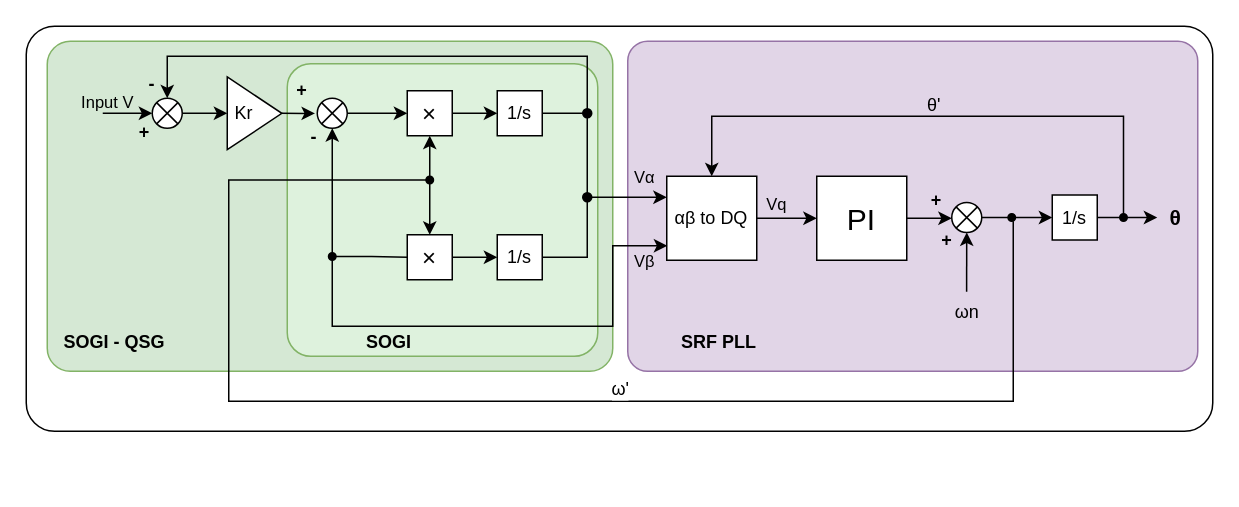
Before: 1.0.0/controlLibrary/docs/images/sogi_pll.drawio in owntech-foundation/Documentation, a draw.io diagram. Source tidied: cells renumbered, new cells numbered last; positions are measured from the earlier drawing's top-left corner, leaving out a move shared by most shapes. Both pictures are drawn from the tidied source at 150%, with x=0, y=0 at pixel (26, 26).
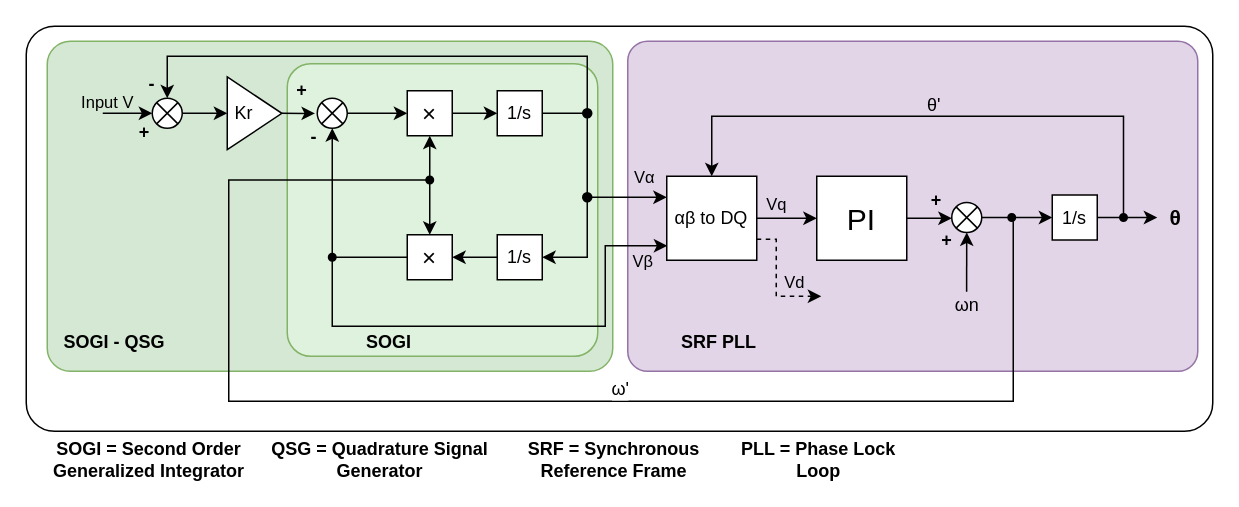
The same diagram, later.

The change refers to these unchanged cells:
```xml
<mxCell id="9" style="shape=sumEllipse;perimeter=ellipsePerimeter;whiteSpace=wrap;html=1;backgroundOutline=1;" parent="1" vertex="1">
  <mxGeometry x="84" y="48" width="20" height="20" as="geometry" />
</mxCell>
<mxCell id="14" value="αβ to DQ" style="whiteSpace=wrap;html=1;" parent="1" vertex="1">
  <mxGeometry x="427" y="100" width="60" height="56" as="geometry" />
</mxCell>
<mxCell id="22" value="&lt;font style=&quot;font-size: 16px;&quot;&gt;×&lt;/font&gt;" style="whiteSpace=wrap;html=1;" parent="1" vertex="1">
  <mxGeometry x="254" y="139" width="30" height="30" as="geometry" />
</mxCell>
<mxCell id="25" style="edgeStyle=orthogonalEdgeStyle;rounded=0;jettySize=auto;html=1;exitX=0.5;exitY=1;exitDx=0;exitDy=0;entryX=0.5;entryY=1;entryDx=0;entryDy=0;" parent="1" edge="1" target="27">
  <mxGeometry relative="1" as="geometry">
    <mxPoint x="626.9" y="177" as="sourcePoint" />
  </mxGeometry>
</mxCell>
<mxCell id="35" value="1/s" style="whiteSpace=wrap;html=1;" parent="1" vertex="1">
  <mxGeometry x="314" y="139" width="30" height="30" as="geometry" />
</mxCell>
```

Diff of the diagram source:
```diff
@@
-    <mxCell id="21" style="edgeStyle=orthogonalEdgeStyle;rounded=0;jettySize=auto;html=1;" parent="1" edge="1" source="22" target="35">
+    <mxCell id="21" style="edgeStyle=orthogonalEdgeStyle;rounded=0;jettySize=auto;html=1;startArrow=classic;startFill=1;shape=wire;dashed=1;endArrow=none;endFill=0;" parent="1" edge="1" source="22" target="35">
       <mxGeometry relative="1" as="geometry" />
     </mxCell>
@@
     <mxCell id="26" value="ωn" style="edgeLabel;html=1;align=center;verticalAlign=middle;labelBackgroundColor=none;fontSize=12;" parent="25" vertex="1">
       <mxGeometry x="-0.9" relative="1" as="geometry">
-        <mxPoint y="15" as="offset" />
+        <mxPoint y="10" as="offset" />
       </mxGeometry>
     </mxCell>
@@
-    <mxCell id="34" style="edgeStyle=orthogonalEdgeStyle;rounded=0;jettySize=auto;html=1;exitX=1;exitY=0.5;exitDx=0;exitDy=0;entryX=0.5;entryY=0;entryDx=0;entryDy=0;" parent="1" edge="1" source="35" target="9">
+    <mxCell id="34" style="edgeStyle=orthogonalEdgeStyle;rounded=0;jettySize=auto;html=1;exitX=1;exitY=0.5;exitDx=0;exitDy=0;entryX=0.5;entryY=0;entryDx=0;entryDy=0;startArrow=classic;startFill=1;" parent="1" edge="1" source="35" target="9">
       <mxGeometry relative="1" as="geometry">
         <Array as="points">
           <mxPoint x="374" y="154" />
           <mxPoint x="374" y="20" />
           <mxPoint x="94" y="20" />
         </Array>
       </mxGeometry>
     </mxCell>
@@
-    <mxCell id="43" style="edgeStyle=orthogonalEdgeStyle;rounded=0;jettySize=auto;html=1;exitX=1;exitY=0.5;exitDx=0;exitDy=0;entryX=0;entryY=0.5;entryDx=0;entryDy=0;endArrow=none;endFill=0;" parent="1" edge="1" source="44" target="22">
-      <mxGeometry relative="1" as="geometry" />
-    </mxCell>
     <mxCell id="44" style="ellipse;whiteSpace=wrap;html=1;fillColor=#000000;" parent="1" vertex="1">
-      <mxGeometry x="201.5" y="151" width="5" height="5" as="geometry" />
+      <mxGeometry x="201.5" y="151.5" width="5" height="5" as="geometry" />
     </mxCell>
     <mxCell id="45" style="edgeStyle=orthogonalEdgeStyle;rounded=0;jettySize=auto;html=1;exitX=0.5;exitY=1;exitDx=0;exitDy=0;entryX=0.006;entryY=0.827;entryDx=0;entryDy=0;entryPerimeter=0;" parent="1" edge="1" source="44" target="14">
       <mxGeometry relative="1" as="geometry">
         <Array as="points">
           <mxPoint x="204" y="200" />
-          <mxPoint x="391" y="200" />
-          <mxPoint x="391" y="146" />
+          <mxPoint x="386" y="200" />
+          <mxPoint x="386" y="146" />
         </Array>
       </mxGeometry>
     </mxCell>
@@
+    <mxCell id="61" value="SOGI = Second Order Generalized Integrator" style="text;html=1;align=center;verticalAlign=middle;whiteSpace=wrap;rounded=0;fontStyle=1;" parent="1" vertex="1">
+      <mxGeometry x="4" y="280" width="156" height="17.8" as="geometry" />
+    </mxCell>
+    <mxCell id="62" value="QSG = Quadrature Signal Generator" style="text;html=1;align=center;verticalAlign=middle;whiteSpace=wrap;rounded=0;fontStyle=1;" parent="1" vertex="1">
+      <mxGeometry x="158" y="280" width="156" height="17.8" as="geometry" />
+    </mxCell>
+    <mxCell id="63" value="SRF = Synchronous Reference Frame" style="text;html=1;align=center;verticalAlign=middle;whiteSpace=wrap;rounded=0;fontStyle=1;" parent="1" vertex="1">
+      <mxGeometry x="313.5" y="280" width="156" height="17.8" as="geometry" />
+    </mxCell>
+    <mxCell id="64" value="PLL = Phase Lock Loop" style="text;html=1;align=center;verticalAlign=middle;whiteSpace=wrap;rounded=0;fontStyle=1;" parent="1" vertex="1">
+      <mxGeometry x="463" y="280" width="131" height="17.8" as="geometry" />
+    </mxCell>
+    <mxCell id="43" style="endArrow=none;html=1;rounded=0;edgeStyle=orthogonalEdgeStyle;exitX=1;exitY=0.5;exitDx=0;exitDy=0;" parent="1" edge="1" source="44" target="22">
+      <mxGeometry relative="1" as="geometry" />
+    </mxCell>
+    <mxCell id="65" style="endArrow=classic;html=1;rounded=0;edgeStyle=orthogonalEdgeStyle;exitX=1;exitY=0.75;exitDx=0;exitDy=0;dashed=1;endFill=1;" parent="1" edge="1" source="14">
+      <mxGeometry relative="1" as="geometry">
+        <mxPoint x="530" y="180" as="targetPoint" />
+        <Array as="points">
+          <mxPoint x="500" y="142" />
+          <mxPoint x="500" y="180" />
+          <mxPoint x="530" y="180" />
+        </Array>
+      </mxGeometry>
+    </mxCell>
+    <mxCell id="66" value="Vd" style="edgeLabel;html=1;align=center;verticalAlign=middle;labelBackgroundColor=none;" parent="1" vertex="1">
+      <mxGeometry x="511" y="170" as="geometry" />
+    </mxCell>
```
